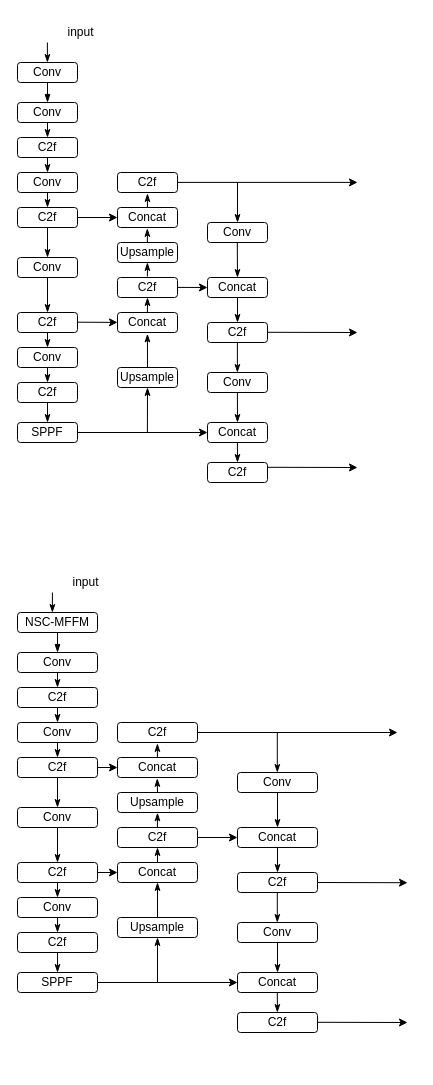
This is nscot_yolo.drawio from recluse99/tcp_ip, a draw.io file, before an edit. Source tidied: cells renumbered, new cells numbered last; positions are measured from the earlier drawing's top-left corner, leaving out a move shared by most shapes. Both pictures are drawn from the tidied source at 100%, with x=0, y=0 at pixel (17, 17).
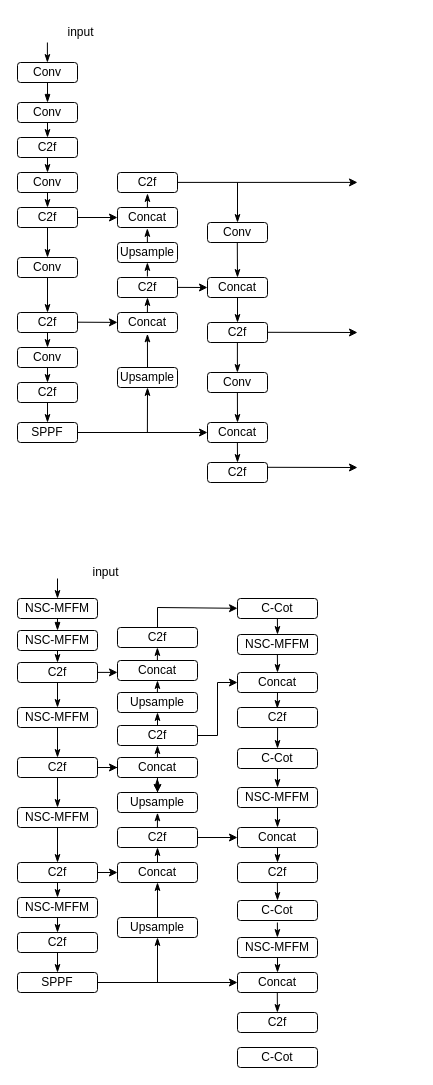
The same page after the edit.

Unchanged cells that the change refers to:
```xml
<mxCell id="64" value="C2f" style="rounded=1;whiteSpace=wrap;html=1;" parent="1" vertex="1">
  <mxGeometry y="740" width="80" height="20" as="geometry" />
</mxCell>
<mxCell id="79" value="C2f" style="rounded=1;whiteSpace=wrap;html=1;" parent="1" vertex="1">
  <mxGeometry x="100" y="810" width="80" height="20" as="geometry" />
</mxCell>
<mxCell id="84" value="Concat" style="rounded=1;whiteSpace=wrap;html=1;" parent="1" vertex="1">
  <mxGeometry x="220" y="810" width="80" height="20" as="geometry" />
</mxCell>
<mxCell id="99" value="Upsample" style="rounded=1;whiteSpace=wrap;html=1;" parent="1" vertex="1">
  <mxGeometry x="100" y="775" width="80" height="20" as="geometry" />
</mxCell>
```

Diff of the diagram source:
```diff
@@
     <mxCell id="54" value="NSC-MFFM" style="rounded=1;whiteSpace=wrap;html=1;" parent="1" vertex="1">
-      <mxGeometry y="595" width="80" height="20" as="geometry" />
+      <mxGeometry y="581" width="80" height="20" as="geometry" />
     </mxCell>
@@
-    <mxCell id="56" value="Conv" style="rounded=1;whiteSpace=wrap;html=1;" parent="1" vertex="1">
-      <mxGeometry y="635" width="80" height="20" as="geometry" />
+    <mxCell id="56" value="NSC-MFFM" style="rounded=1;whiteSpace=wrap;html=1;" parent="1" vertex="1">
+      <mxGeometry y="613" width="80" height="20" as="geometry" />
     </mxCell>
@@
     <mxCell id="58" value="C2f" style="rounded=1;whiteSpace=wrap;html=1;" parent="1" vertex="1">
-      <mxGeometry y="670" width="80" height="20" as="geometry" />
+      <mxGeometry y="645" width="80" height="20" as="geometry" />
     </mxCell>
     <mxCell id="59" style="endArrow=classicThin;html=1;rounded=0;exitX=0.5;exitY=1;exitDx=0;exitDy=0;endFill=1;entryX=0.5;entryY=0;entryDx=0;entryDy=0;" parent="1" edge="1">
       <mxGeometry relative="1" as="geometry">
-        <mxPoint x="34.9" y="575" as="sourcePoint" />
-        <mxPoint x="34.9" y="595" as="targetPoint" />
+        <mxPoint x="40" y="561" as="sourcePoint" />
+        <mxPoint x="40" y="581" as="targetPoint" />
       </mxGeometry>
     </mxCell>
     <mxCell id="60" value="input" style="text;html=1;align=center;verticalAlign=middle;strokeColor=none;fillColor=none;" parent="1" vertex="1">
-      <mxGeometry x="45" y="550" width="45" height="30" as="geometry" />
+      <mxGeometry x="65" y="540" width="45" height="30" as="geometry" />
     </mxCell>
@@
-    <mxCell id="62" value="Conv" style="rounded=1;whiteSpace=wrap;html=1;" parent="1" vertex="1">
-      <mxGeometry y="705" width="80" height="20" as="geometry" />
+    <mxCell id="62" value="NSC-MFFM" style="rounded=1;whiteSpace=wrap;html=1;" parent="1" vertex="1">
+      <mxGeometry y="690" width="80" height="20" as="geometry" />
     </mxCell>
@@
+    <mxCell id="106" style="edgeStyle=orthogonalEdgeStyle;rounded=0;jettySize=auto;html=1;" parent="1" edge="1" source="64" target="99">
+      <mxGeometry relative="1" as="geometry" />
+    </mxCell>
@@
-    <mxCell id="66" value="Conv" style="rounded=1;whiteSpace=wrap;html=1;" parent="1" vertex="1">
+    <mxCell id="66" value="NSC-MFFM" style="rounded=1;whiteSpace=wrap;html=1;" parent="1" vertex="1">
       <mxGeometry y="790" width="80" height="20" as="geometry" />
     </mxCell>
@@
-    <mxCell id="70" value="Conv" style="rounded=1;whiteSpace=wrap;html=1;" parent="1" vertex="1">
+    <mxCell id="70" value="NSC-MFFM" style="rounded=1;whiteSpace=wrap;html=1;" parent="1" vertex="1">
       <mxGeometry y="880" width="80" height="20" as="geometry" />
     </mxCell>
@@
+    <mxCell id="107" style="edgeStyle=orthogonalEdgeStyle;rounded=0;jettySize=auto;html=1;exitX=1;exitY=0.5;exitDx=0;exitDy=0;entryX=0;entryY=0.5;entryDx=0;entryDy=0;" parent="1" edge="1" source="78" target="119">
+      <mxGeometry relative="1" as="geometry" />
+    </mxCell>
     <mxCell id="78" value="C2f" style="rounded=1;whiteSpace=wrap;html=1;" parent="1" vertex="1">
-      <mxGeometry x="100" y="705" width="80" height="20" as="geometry" />
+      <mxGeometry x="100" y="708" width="80" height="20" as="geometry" />
     </mxCell>
+    <mxCell id="108" style="edgeStyle=orthogonalEdgeStyle;rounded=0;jettySize=auto;html=1;entryX=0;entryY=0.5;entryDx=0;entryDy=0;" parent="1" edge="1" source="79" target="84">
+      <mxGeometry relative="1" as="geometry" />
+    </mxCell>
@@
-    <mxCell id="81" style="endArrow=classic;html=1;rounded=0;" parent="1" edge="1">
-      <mxGeometry relative="1" as="geometry">
-        <mxPoint x="180" y="715" as="sourcePoint" />
-        <mxPoint x="380" y="715" as="targetPoint" />
-      </mxGeometry>
-    </mxCell>
-    <mxCell id="82" style="endArrow=classicThin;html=1;rounded=0;endFill=1;" parent="1" edge="1">
-      <mxGeometry relative="1" as="geometry">
-        <mxPoint x="259.8" y="715" as="sourcePoint" />
-        <mxPoint x="259.8" y="755" as="targetPoint" />
-      </mxGeometry>
+    <mxCell id="82" style="endArrow=classicThin;html=1;rounded=0;endFill=1;entryX=0.5;entryY=0;entryDx=0;entryDy=0;exitX=0.5;exitY=1;exitDx=0;exitDy=0;" parent="1" edge="1" source="109" target="83">
+      <mxGeometry relative="1" as="geometry" />
     </mxCell>
-    <mxCell id="83" value="Conv" style="rounded=1;whiteSpace=wrap;html=1;" parent="1" vertex="1">
-      <mxGeometry x="220" y="755" width="80" height="20" as="geometry" />
+    <mxCell id="83" value="NSC-MFFM" style="rounded=1;whiteSpace=wrap;html=1;" parent="1" vertex="1">
+      <mxGeometry x="220" y="770" width="80" height="20" as="geometry" />
     </mxCell>
@@
     <mxCell id="85" value="C2f" style="rounded=1;whiteSpace=wrap;html=1;" parent="1" vertex="1">
-      <mxGeometry x="220" y="855" width="80" height="20" as="geometry" />
+      <mxGeometry x="220" y="845" width="80" height="20" as="geometry" />
     </mxCell>
-    <mxCell id="86" value="Conv" style="rounded=1;whiteSpace=wrap;html=1;" parent="1" vertex="1">
-      <mxGeometry x="220" y="905" width="80" height="20" as="geometry" />
+    <mxCell id="86" value="NSC-MFFM" style="rounded=1;whiteSpace=wrap;html=1;" parent="1" vertex="1">
+      <mxGeometry x="220" y="920" width="80" height="20" as="geometry" />
     </mxCell>
@@
-    <mxCell id="91" style="endArrow=classicThin;html=1;rounded=0;endFill=1;exitX=0.5;exitY=0;exitDx=0;exitDy=0;" parent="1" edge="1">
-      <mxGeometry relative="1" as="geometry">
-        <mxPoint x="259.8" y="875" as="sourcePoint" />
-        <mxPoint x="259.8" y="905" as="targetPoint" />
-      </mxGeometry>
-    </mxCell>
@@
-    <mxCell id="94" style="endArrow=classic;html=1;rounded=0;" parent="1" edge="1">
-      <mxGeometry relative="1" as="geometry">
-        <mxPoint x="300" y="865" as="sourcePoint" />
-        <mxPoint x="390" y="865.2" as="targetPoint" />
-      </mxGeometry>
-    </mxCell>
-    <mxCell id="95" style="endArrow=classic;html=1;rounded=0;" parent="1" edge="1">
-      <mxGeometry relative="1" as="geometry">
-        <mxPoint x="300" y="1004.8" as="sourcePoint" />
-        <mxPoint x="390" y="1005" as="targetPoint" />
-      </mxGeometry>
-    </mxCell>
@@
-    <mxCell id="104" style="endArrow=classicThin;html=1;rounded=0;endFill=1;exitX=0.5;exitY=0;exitDx=0;exitDy=0;entryX=0.497;entryY=1.046;entryDx=0;entryDy=0;entryPerimeter=0;" parent="1" edge="1">
+    <mxCell id="104" style="endArrow=classicThin;html=1;rounded=0;endFill=1;exitX=0.5;exitY=0;exitDx=0;exitDy=0;entryX=0.5;entryY=1;entryDx=0;entryDy=0;" parent="1" edge="1" target="78">
       <mxGeometry relative="1" as="geometry">
         <mxPoint x="139.9" y="740" as="sourcePoint" />
-        <mxPoint x="139.9" y="726" as="targetPoint" />
       </mxGeometry>
     </mxCell>
-    <mxCell id="105" style="endArrow=classic;html=1;rounded=0;entryX=0;entryY=0.5;entryDx=0;entryDy=0;" parent="1" edge="1" target="84">
-      <mxGeometry relative="1" as="geometry">
-        <mxPoint x="180" y="820" as="sourcePoint" />
-      </mxGeometry>
-    </mxCell>
+    <mxCell id="109" value="C-Cot" style="rounded=1;whiteSpace=wrap;html=1;" parent="1" vertex="1">
+      <mxGeometry x="220" y="731" width="80" height="20" as="geometry" />
+    </mxCell>
+    <mxCell id="110" value="Upsample" style="rounded=1;whiteSpace=wrap;html=1;" parent="1" vertex="1">
+      <mxGeometry x="100" y="675" width="80" height="20" as="geometry" />
+    </mxCell>
+    <mxCell id="111" value="Concat" style="rounded=1;whiteSpace=wrap;html=1;" parent="1" vertex="1">
+      <mxGeometry x="100" y="643" width="80" height="20" as="geometry" />
+    </mxCell>
+    <mxCell id="112" style="endArrow=classicThin;html=1;rounded=0;endFill=1;exitX=0.5;exitY=0;exitDx=0;exitDy=0;entryX=0.5;entryY=1;entryDx=0;entryDy=0;" parent="1" edge="1" source="78" target="110">
+      <mxGeometry relative="1" as="geometry" />
+    </mxCell>
+    <mxCell id="113" style="endArrow=classicThin;html=1;rounded=0;endFill=1;exitX=0.5;exitY=0;exitDx=0;exitDy=0;entryX=0.5;entryY=1;entryDx=0;entryDy=0;" parent="1" edge="1">
+      <mxGeometry relative="1" as="geometry">
+        <mxPoint x="139.9" y="675" as="sourcePoint" />
+        <mxPoint x="140" y="663" as="targetPoint" />
+      </mxGeometry>
+    </mxCell>
+    <mxCell id="114" style="endArrow=classic;html=1;rounded=0;entryX=0;entryY=0.5;entryDx=0;entryDy=0;exitX=1;exitY=0.5;exitDx=0;exitDy=0;" parent="1" edge="1">
+      <mxGeometry relative="1" as="geometry">
+        <mxPoint x="80" y="654.9" as="sourcePoint" />
+        <mxPoint x="100" y="654.9" as="targetPoint" />
+      </mxGeometry>
+    </mxCell>
+    <mxCell id="115" value="C2f" style="rounded=1;whiteSpace=wrap;html=1;" parent="1" vertex="1">
+      <mxGeometry x="100" y="610" width="80" height="20" as="geometry" />
+    </mxCell>
+    <mxCell id="116" style="endArrow=classicThin;html=1;rounded=0;endFill=1;exitX=0.5;exitY=0;exitDx=0;exitDy=0;entryX=0.5;entryY=1;entryDx=0;entryDy=0;" parent="1" edge="1">
+      <mxGeometry relative="1" as="geometry">
+        <mxPoint x="139.9" y="643" as="sourcePoint" />
+        <mxPoint x="139.9" y="630" as="targetPoint" />
+      </mxGeometry>
+    </mxCell>
+    <mxCell id="117" value="C-Cot" style="rounded=1;whiteSpace=wrap;html=1;" parent="1" vertex="1">
+      <mxGeometry x="220" y="581" width="80" height="20" as="geometry" />
+    </mxCell>
+    <mxCell id="118" value="NSC-MFFM" style="rounded=1;whiteSpace=wrap;html=1;" parent="1" vertex="1">
+      <mxGeometry x="220" y="617" width="80" height="20" as="geometry" />
+    </mxCell>
+    <mxCell id="119" value="Concat" style="rounded=1;whiteSpace=wrap;html=1;" parent="1" vertex="1">
+      <mxGeometry x="220" y="655" width="80" height="20" as="geometry" />
+    </mxCell>
+    <mxCell id="120" value="C2f" style="rounded=1;whiteSpace=wrap;html=1;" parent="1" vertex="1">
+      <mxGeometry x="220" y="690" width="80" height="20" as="geometry" />
+    </mxCell>
+    <mxCell id="121" value="C-Cot" style="rounded=1;whiteSpace=wrap;html=1;" parent="1" vertex="1">
+      <mxGeometry x="220" y="883" width="80" height="20" as="geometry" />
+    </mxCell>
+    <mxCell id="122" value="C-Cot" style="rounded=1;whiteSpace=wrap;html=1;" parent="1" vertex="1">
+      <mxGeometry x="220" y="1030" width="80" height="20" as="geometry" />
+    </mxCell>
+    <mxCell id="123" style="endArrow=none;html=1;rounded=0;" parent="1" edge="1">
+      <mxGeometry relative="1" as="geometry">
+        <mxPoint x="140" y="610" as="sourcePoint" />
+        <mxPoint x="140" y="590" as="targetPoint" />
+      </mxGeometry>
+    </mxCell>
+    <mxCell id="124" style="endArrow=classic;html=1;rounded=0;entryX=0;entryY=0.5;entryDx=0;entryDy=0;" parent="1" edge="1">
+      <mxGeometry relative="1" as="geometry">
+        <mxPoint x="140" y="590" as="sourcePoint" />
+        <mxPoint x="220" y="590.8" as="targetPoint" />
+      </mxGeometry>
+    </mxCell>
+    <mxCell id="125" style="endArrow=classicThin;html=1;rounded=0;endFill=1;exitX=0.5;exitY=1;exitDx=0;exitDy=0;entryX=0.5;entryY=0;entryDx=0;entryDy=0;" parent="1" edge="1" target="121">
+      <mxGeometry relative="1" as="geometry">
+        <mxPoint x="259.9" y="865" as="sourcePoint" />
+      </mxGeometry>
+    </mxCell>
+    <mxCell id="126" style="endArrow=classicThin;html=1;rounded=0;endFill=1;exitX=0.5;exitY=1;exitDx=0;exitDy=0;entryX=0.5;entryY=0;entryDx=0;entryDy=0;" parent="1" edge="1">
+      <mxGeometry relative="1" as="geometry">
+        <mxPoint x="259.9" y="905" as="sourcePoint" />
+        <mxPoint x="259.9" y="920" as="targetPoint" />
+      </mxGeometry>
+    </mxCell>
+    <mxCell id="127" style="endArrow=classicThin;html=1;rounded=0;endFill=1;entryX=0.5;entryY=0;entryDx=0;entryDy=0;exitX=0.5;exitY=1;exitDx=0;exitDy=0;" parent="1" edge="1" source="119">
+      <mxGeometry relative="1" as="geometry">
+        <mxPoint x="259.8" y="691" as="targetPoint" />
+      </mxGeometry>
+    </mxCell>
+    <mxCell id="128" style="endArrow=classicThin;html=1;rounded=0;endFill=1;exitX=0.5;exitY=1;exitDx=0;exitDy=0;entryX=0.5;entryY=0;entryDx=0;entryDy=0;" parent="1" edge="1" target="119">
+      <mxGeometry relative="1" as="geometry">
+        <mxPoint x="259.9" y="637" as="sourcePoint" />
+      </mxGeometry>
+    </mxCell>
+    <mxCell id="129" style="endArrow=classicThin;html=1;rounded=0;endFill=1;exitX=0.5;exitY=1;exitDx=0;exitDy=0;entryX=0.5;entryY=0;entryDx=0;entryDy=0;" parent="1" edge="1" target="118">
+      <mxGeometry relative="1" as="geometry">
+        <mxPoint x="259.9" y="601" as="sourcePoint" />
+      </mxGeometry>
+    </mxCell>
+    <mxCell id="130" style="endArrow=classicThin;html=1;rounded=0;endFill=1;entryX=0.5;entryY=0;entryDx=0;entryDy=0;exitX=0.5;exitY=1;exitDx=0;exitDy=0;" parent="1" edge="1" target="109">
+      <mxGeometry relative="1" as="geometry">
+        <mxPoint x="260.1" y="710" as="sourcePoint" />
+      </mxGeometry>
+    </mxCell>
```
